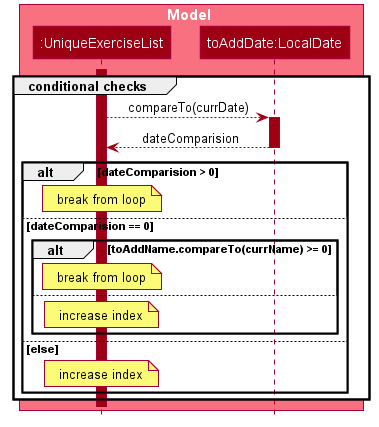
The PlantUML diagram docs/images/AddExerciseCommandSequenceDiagramPart3.png in nus-cs2103-AY1920S2/addressbook-level3, before a commit. Source of this version:
```plantuml
@startuml AddExerciseCommandSequenceDiagramPart3








skinparam BackgroundColor #FFFFFFF

skinparam Shadowing false

skinparam Class {
    FontColor #FFFFFF
    BorderThickness 1
    BorderColor #FFFFFF
    StereotypeFontColor #FFFFFF
    FontName Arial
}

skinparam Actor {
    BorderColor #000000
    Color #000000
    FontName Arial
}

skinparam Sequence {
    MessageAlign center
    BoxFontSize 15
    BoxPadding 0
    BoxFontColor #FFFFFF
    FontName Arial
}

skinparam Participant {
    FontColor #FFFFFFF
    Padding 20
}

skinparam MinClassWidth 50
skinparam ParticipantPadding 10
skinparam Shadowing false
skinparam DefaultTextAlignment center
skinparam packageStyle Rectangle

hide footbox
hide members
hide circle

box Model #F97181
    Participant ":UniqueExerciseList" as exerciseList #9D0012
    Participant "toAddDate:LocalDate" as toAddDate #9D0012
end box

group conditional checks
    activate exerciseList #9D0012

    exerciseList --[#9D0012]> toAddDate  : compareTo(currDate)
    activate toAddDate #9D0012

    toAddDate --[#9D0012]> exerciseList  : dateComparision
    deactivate toAddDate

    alt dateComparision > 0
    note over exerciseList
    break from loop
    end note

    else dateComparision == 0

        alt toAddName.compareTo(currName) >= 0
        note over exerciseList
        break from loop
        end note
        else
        note over exerciseList
        increase index
        end note
        end
    else else
        note over exerciseList
        increase index
        end note

    end

end

@enduml
```
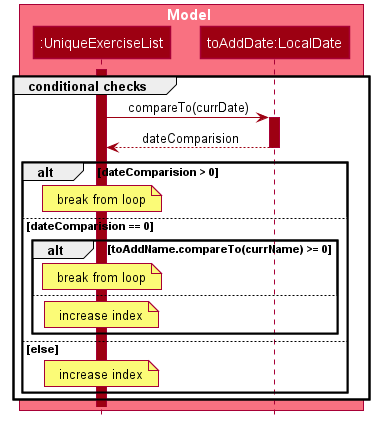
Above is the later version.

Diff of the diagram source:
```diff
@@ -56,7 +56,7 @@
 group conditional checks
     activate exerciseList #9D0012
 
-    exerciseList --[#9D0012]> toAddDate  : compareTo(currDate)
+    exerciseList -[#9D0012]> toAddDate  : compareTo(currDate)
     activate toAddDate #9D0012
 
     toAddDate --[#9D0012]> exerciseList  : dateComparision
```
